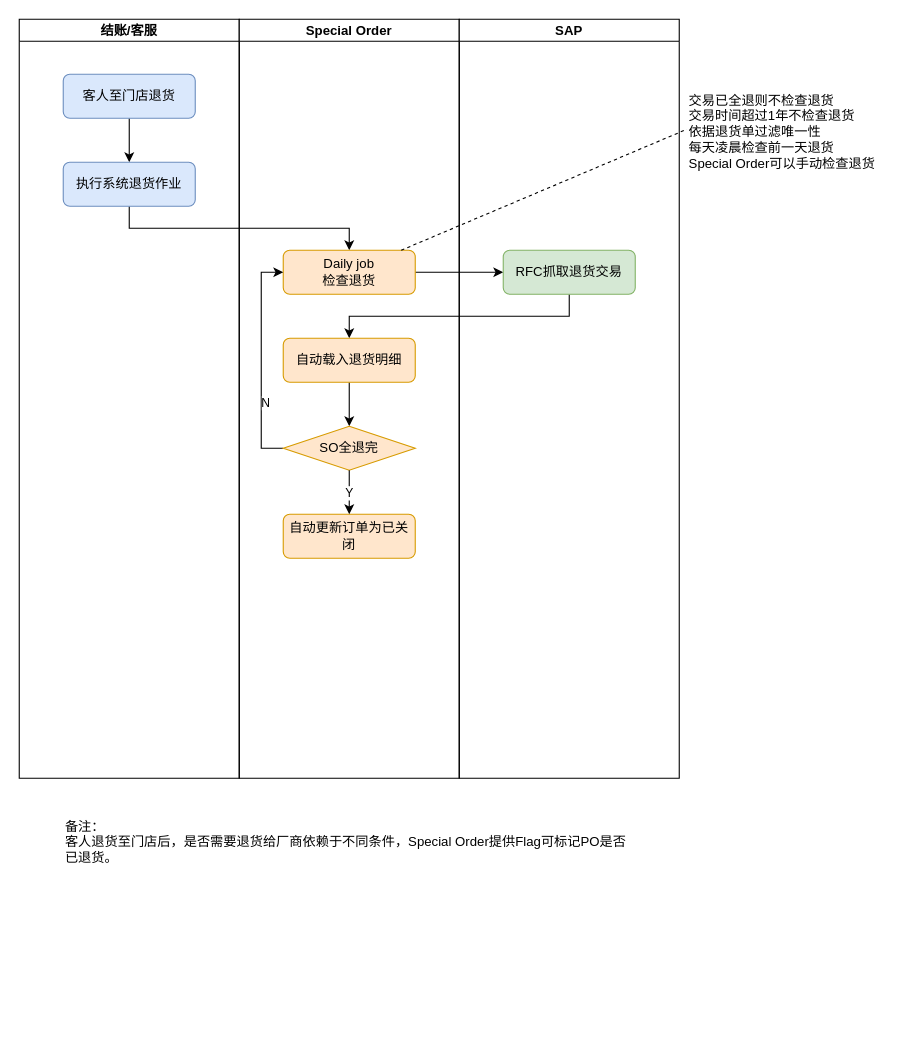
Earlier version of the draw.io diagram page "SO退货系统流程" (6 of 6) of Special Order.drawio (luss613/draw.io). Source tidied: cells renumbered, new cells numbered last; positions are measured from the earlier drawing's top-left corner, leaving out a move shared by most shapes. Both pictures are drawn from the tidied source at 110%, with x=0, y=0 at pixel (19, 19).
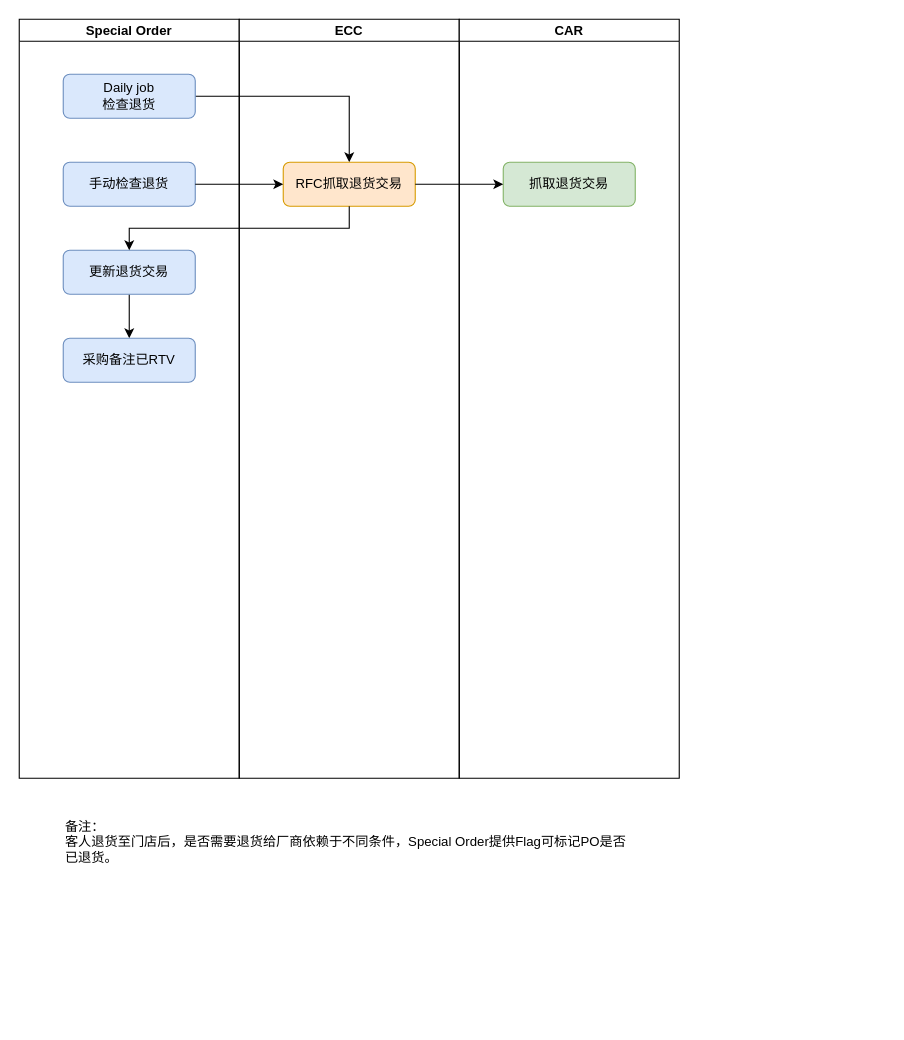
After the change.

Change to the diagram source:
```diff
@@
-    <mxCell id="2" style="edgeStyle=orthogonalEdgeStyle;rounded=0;jettySize=auto;html=1;" parent="1" edge="1" source="3" target="5">
-      <mxGeometry relative="1" as="geometry" />
-    </mxCell>
+    <mxCell id="24" style="edgeStyle=orthogonalEdgeStyle;rounded=0;jettySize=auto;html=1;" parent="1" edge="1" source="3" target="28">
+      <mxGeometry relative="1" as="geometry" />
+    </mxCell>
-    <mxCell id="3" value="客人至门店退货" style="rounded=1;whiteSpace=wrap;html=1;fontSize=12;glass=0;strokeWidth=1;shadow=0;fillColor=#dae8fc;strokeColor=#6c8ebf;" parent="1" vertex="1">
+    <mxCell id="3" value="Daily job&lt;br&gt;检查退货" style="rounded=1;whiteSpace=wrap;html=1;fontSize=12;glass=0;strokeWidth=1;shadow=0;fillColor=#dae8fc;strokeColor=#6c8ebf;" parent="1" vertex="1">
       <mxGeometry x="40" y="50" width="120" height="40" as="geometry" />
     </mxCell>
-    <mxCell id="4" style="edgeStyle=orthogonalEdgeStyle;rounded=0;jettySize=auto;html=1;entryX=0.5;entryY=0;entryDx=0;entryDy=0;" parent="1" edge="1" source="5" target="8">
-      <mxGeometry relative="1" as="geometry">
-        <Array as="points">
-          <mxPoint x="100" y="190" />
-          <mxPoint x="300" y="190" />
-        </Array>
-      </mxGeometry>
-    </mxCell>
+    <mxCell id="14" value="备注：&lt;br&gt;客人退货至门店后，是否需要退货给厂商依赖于不同条件，Special Order提供Flag可标记PO是否已退货。" style="text;html=1;strokeColor=none;fillColor=none;align=left;verticalAlign=top;whiteSpace=wrap;rounded=0;" parent="1" vertex="1">
+      <mxGeometry x="40" y="720" width="520" height="190" as="geometry" />
+    </mxCell>
+    <mxCell id="17" value="Special Order" style="swimlane;startSize=20;" parent="1" vertex="1">
+      <mxGeometry width="200" height="690" as="geometry" />
+    </mxCell>
+    <mxCell id="25" style="edgeStyle=orthogonalEdgeStyle;rounded=0;jettySize=auto;html=1;" parent="17" edge="1" source="5" target="27">
+      <mxGeometry relative="1" as="geometry" />
+    </mxCell>
-    <mxCell id="5" value="执行系统退货作业" style="rounded=1;whiteSpace=wrap;html=1;fontSize=12;glass=0;strokeWidth=1;shadow=0;fillColor=#dae8fc;strokeColor=#6c8ebf;" parent="1" vertex="1">
-      <mxGeometry x="40" y="130" width="120" height="40" as="geometry" />
+    <mxCell id="5" value="更新退货交易" style="rounded=1;whiteSpace=wrap;html=1;fontSize=12;glass=0;strokeWidth=1;shadow=0;fillColor=#dae8fc;strokeColor=#6c8ebf;" parent="17" vertex="1">
+      <mxGeometry x="40" y="210" width="120" height="40" as="geometry" />
     </mxCell>
-    <mxCell id="6" style="edgeStyle=orthogonalEdgeStyle;rounded=0;jettySize=auto;html=1;" parent="1" edge="1" source="8" target="9">
-      <mxGeometry relative="1" as="geometry" />
-    </mxCell>
-    <mxCell id="7" style="edgeStyle=orthogonalEdgeStyle;rounded=0;jettySize=auto;html=1;exitX=0.5;exitY=1;exitDx=0;exitDy=0;" parent="1" edge="1" source="9" target="13">
-      <mxGeometry relative="1" as="geometry" />
-    </mxCell>
-    <mxCell id="8" value="Daily job&lt;br&gt;检查退货" style="rounded=1;whiteSpace=wrap;html=1;fontSize=12;glass=0;strokeWidth=1;shadow=0;fillColor=#ffe6cc;strokeColor=#d79b00;" parent="1" vertex="1">
-      <mxGeometry x="240" y="210" width="120" height="40" as="geometry" />
-    </mxCell>
+    <mxCell id="26" value="手动检查退货" style="rounded=1;whiteSpace=wrap;html=1;fontSize=12;glass=0;strokeWidth=1;shadow=0;fillColor=#dae8fc;strokeColor=#6c8ebf;" parent="17" vertex="1">
+      <mxGeometry x="40" y="130" width="120" height="40" as="geometry" />
+    </mxCell>
+    <mxCell id="27" value="采购备注已RTV" style="rounded=1;whiteSpace=wrap;html=1;fontSize=12;glass=0;strokeWidth=1;shadow=0;fillColor=#dae8fc;strokeColor=#6c8ebf;" parent="17" vertex="1">
+      <mxGeometry x="40" y="290" width="120" height="40" as="geometry" />
+    </mxCell>
+    <mxCell id="18" value="ECC" style="swimlane;startSize=20;" parent="1" vertex="1">
+      <mxGeometry x="200" width="200" height="690" as="geometry" />
+    </mxCell>
+    <mxCell id="28" value="RFC抓取退货交易" style="rounded=1;whiteSpace=wrap;html=1;fontSize=12;glass=0;strokeWidth=1;shadow=0;fillColor=#ffe6cc;strokeColor=#d79b00;" parent="18" vertex="1">
+      <mxGeometry x="40" y="130" width="120" height="40" as="geometry" />
+    </mxCell>
+    <mxCell id="23" value="CAR" style="swimlane;startSize=20;" parent="1" vertex="1">
+      <mxGeometry x="400" width="200" height="690" as="geometry" />
+    </mxCell>
-    <mxCell id="9" value="RFC抓取退货交易" style="rounded=1;whiteSpace=wrap;html=1;fontSize=12;glass=0;strokeWidth=1;shadow=0;fillColor=#d5e8d4;strokeColor=#82b366;" parent="1" vertex="1">
-      <mxGeometry x="440" y="210" width="120" height="40" as="geometry" />
+    <mxCell id="9" value="抓取退货交易" style="rounded=1;whiteSpace=wrap;html=1;fontSize=12;glass=0;strokeWidth=1;shadow=0;fillColor=#d5e8d4;strokeColor=#82b366;" parent="23" vertex="1">
+      <mxGeometry x="40" y="130" width="120" height="40" as="geometry" />
     </mxCell>
-    <mxCell id="10" value="交易已全退则不检查退货&lt;br&gt;交易时间超过1年不检查退货&lt;br&gt;依据退货单过滤唯一性&lt;br&gt;每天凌晨检查前一天退货&lt;br&gt;Special Order可以手动检查退货" style="text;html=1;strokeColor=none;fillColor=none;align=left;verticalAlign=top;whiteSpace=wrap;rounded=0;" parent="1" vertex="1">
-      <mxGeometry x="607" y="60" width="180" height="80" as="geometry" />
-    </mxCell>
-    <mxCell id="11" style="endArrow=none;dashed=1;html=1;entryX=0;entryY=0.5;entryDx=0;entryDy=0;" parent="1" edge="1" source="8" target="10">
-      <mxGeometry relative="1" as="geometry" />
-    </mxCell>
-    <mxCell id="12" style="edgeStyle=orthogonalEdgeStyle;rounded=0;jettySize=auto;html=1;" parent="1" edge="1" source="13">
-      <mxGeometry relative="1" as="geometry">
-        <mxPoint x="300" y="370" as="targetPoint" />
-      </mxGeometry>
-    </mxCell>
-    <mxCell id="13" value="自动载入退货明细" style="rounded=1;whiteSpace=wrap;html=1;fontSize=12;glass=0;strokeWidth=1;shadow=0;fillColor=#ffe6cc;strokeColor=#d79b00;" parent="1" vertex="1">
-      <mxGeometry x="240" y="290" width="120" height="40" as="geometry" />
-    </mxCell>
-    <mxCell id="14" value="备注：&lt;br&gt;客人退货至门店后，是否需要退货给厂商依赖于不同条件，Special Order提供Flag可标记PO是否已退货。" style="text;html=1;strokeColor=none;fillColor=none;align=left;verticalAlign=top;whiteSpace=wrap;rounded=0;" parent="1" vertex="1">
-      <mxGeometry x="40" y="720" width="520" height="190" as="geometry" />
-    </mxCell>
-    <mxCell id="15" style="edgeStyle=orthogonalEdgeStyle;rounded=0;jettySize=auto;html=1;entryX=0;entryY=0.5;entryDx=0;entryDy=0;exitX=0;exitY=0.5;exitDx=0;exitDy=0;" parent="1" edge="1" source="19" target="8">
-      <mxGeometry relative="1" as="geometry" />
-    </mxCell>
-    <mxCell id="16" value="N" style="edgeLabel;html=1;align=center;verticalAlign=middle;" parent="15" vertex="1">
-      <mxGeometry x="-0.38" y="-3" relative="1" as="geometry" />
-    </mxCell>
-    <mxCell id="17" value="结账/客服" style="swimlane;startSize=20;" parent="1" vertex="1">
-      <mxGeometry width="200" height="690" as="geometry" />
-    </mxCell>
-    <mxCell id="18" value="Special Order" style="swimlane;startSize=20;" parent="1" vertex="1">
-      <mxGeometry x="200" width="200" height="690" as="geometry" />
-    </mxCell>
-    <mxCell id="19" value="SO全退完" style="rhombus;whiteSpace=wrap;html=1;fillColor=#ffe6cc;strokeColor=#d79b00;" parent="18" vertex="1">
-      <mxGeometry x="40" y="370" width="120" height="40" as="geometry" />
-    </mxCell>
-    <mxCell id="20" value="自动更新订单为已关闭" style="rounded=1;whiteSpace=wrap;html=1;fontSize=12;glass=0;strokeWidth=1;shadow=0;fillColor=#ffe6cc;strokeColor=#d79b00;" parent="18" vertex="1">
-      <mxGeometry x="40" y="450" width="120" height="40" as="geometry" />
-    </mxCell>
-    <mxCell id="21" style="edgeStyle=orthogonalEdgeStyle;rounded=0;jettySize=auto;html=1;" parent="18" edge="1" source="19" target="20">
-      <mxGeometry relative="1" as="geometry" />
-    </mxCell>
-    <mxCell id="22" value="Y" style="edgeLabel;html=1;align=center;verticalAlign=middle;" parent="21" vertex="1">
-      <mxGeometry y="-1" relative="1" as="geometry" />
-    </mxCell>
-    <mxCell id="23" value="SAP" style="swimlane;startSize=20;" parent="1" vertex="1">
-      <mxGeometry x="400" width="200" height="690" as="geometry" />
-    </mxCell>
+    <mxCell id="29" style="edgeStyle=orthogonalEdgeStyle;rounded=0;jettySize=auto;html=1;entryX=0;entryY=0.5;entryDx=0;entryDy=0;" parent="1" edge="1" source="28" target="9">
+      <mxGeometry relative="1" as="geometry" />
+    </mxCell>
+    <mxCell id="30" style="edgeStyle=orthogonalEdgeStyle;rounded=0;jettySize=auto;html=1;exitX=0.5;exitY=1;exitDx=0;exitDy=0;" parent="1" edge="1" source="28" target="5">
+      <mxGeometry relative="1" as="geometry" />
+    </mxCell>
+    <mxCell id="31" style="edgeStyle=orthogonalEdgeStyle;rounded=0;jettySize=auto;html=1;" parent="1" edge="1" source="26" target="28">
+      <mxGeometry relative="1" as="geometry" />
+    </mxCell>
```
